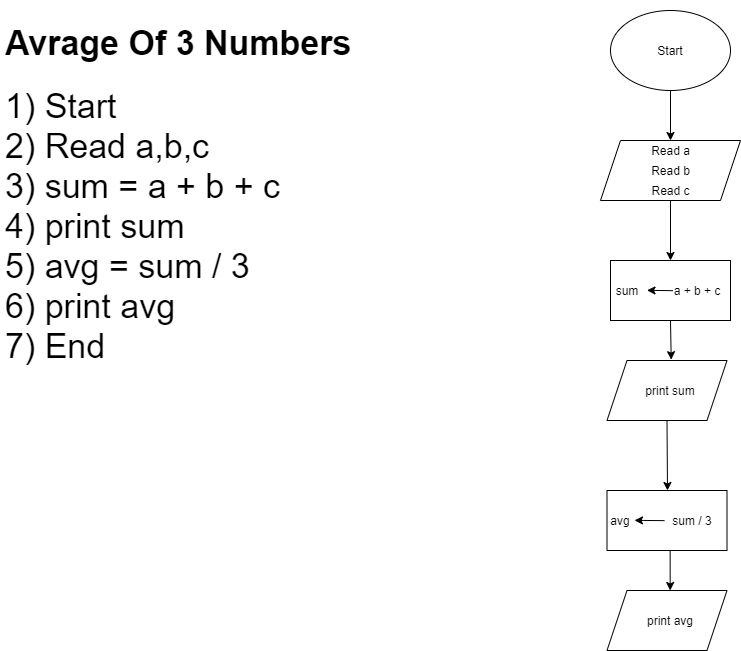
The draw.io diagram mesal 4/3 number avg.png in arshiya923/flocharts, before a commit. Source tidied: cells renumbered, new cells last; positions are measured from the earlier drawing's top-left corner, leaving out a move shared by most shapes.
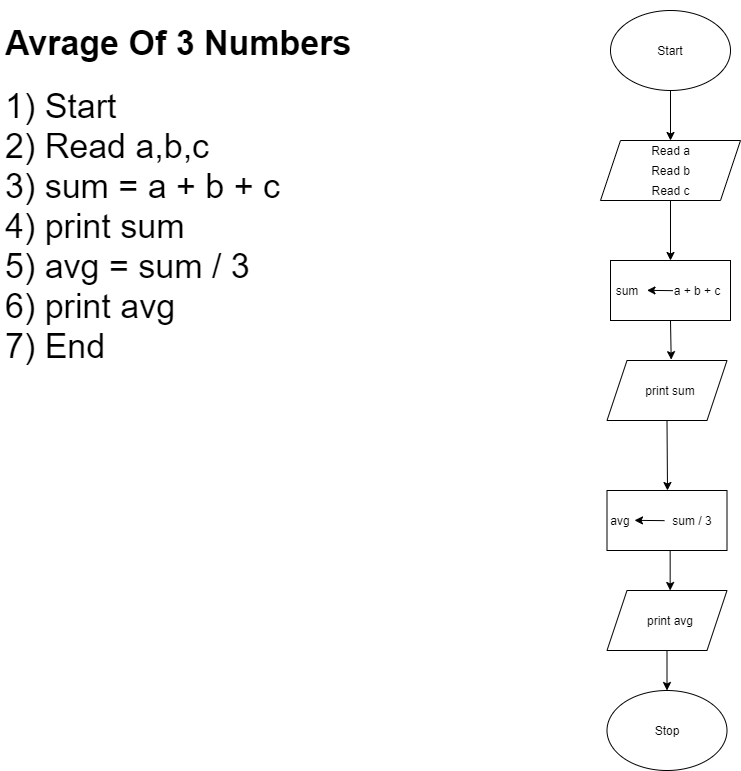
Above is the later version.

Diff of the diagram source:
```diff
@@ -89,5 +89,14 @@
     <mxCell id="25" value="&lt;h1 style=&quot;font-size: 34px&quot;&gt;&lt;font style=&quot;font-size: 34px&quot;&gt;Avrage Of 3 Numbers&lt;/font&gt;&lt;/h1&gt;&lt;div style=&quot;font-size: 34px&quot;&gt;&lt;font style=&quot;font-size: 34px&quot;&gt;1) Start&lt;/font&gt;&lt;/div&gt;&lt;div style=&quot;font-size: 34px&quot;&gt;&lt;font style=&quot;font-size: 34px&quot;&gt;2) Read a,b,c&lt;/font&gt;&lt;/div&gt;&lt;div style=&quot;font-size: 34px&quot;&gt;&lt;font style=&quot;font-size: 34px&quot;&gt;3) sum = a + b + c&lt;/font&gt;&lt;/div&gt;&lt;div style=&quot;font-size: 34px&quot;&gt;&lt;font style=&quot;font-size: 34px&quot;&gt;4) print sum&lt;/font&gt;&lt;/div&gt;&lt;div style=&quot;font-size: 34px&quot;&gt;&lt;font style=&quot;font-size: 34px&quot;&gt;5) avg = sum / 3&lt;/font&gt;&lt;/div&gt;&lt;div style=&quot;font-size: 34px&quot;&gt;&lt;font style=&quot;font-size: 34px&quot;&gt;6) print avg&lt;/font&gt;&lt;/div&gt;&lt;div style=&quot;font-size: 34px&quot;&gt;&lt;font style=&quot;font-size: 34px&quot;&gt;7) End&lt;/font&gt;&lt;/div&gt;" style="text;html=1;strokeColor=none;fillColor=none;spacing=5;spacingTop=-20;whiteSpace=wrap;overflow=hidden;rounded=0;" parent="1" vertex="1">
       <mxGeometry width="390" height="360" as="geometry" />
     </mxCell>
+    <mxCell id="26" style="ellipse;whiteSpace=wrap;html=1;" parent="1" vertex="1">
+      <mxGeometry x="606.5" y="680" width="120" height="80" as="geometry" />
+    </mxCell>
+    <mxCell id="27" style="endArrow=classic;html=1;exitX=0.5;exitY=1;exitDx=0;exitDy=0;entryX=0.5;entryY=0;entryDx=0;entryDy=0;" parent="1" edge="1" source="22" target="26">
+      <mxGeometry relative="1" as="geometry" />
+    </mxCell>
+    <mxCell id="28" value="Stop" style="text;html=1;strokeColor=none;fillColor=none;align=center;verticalAlign=middle;whiteSpace=wrap;rounded=0;" parent="1" vertex="1">
+      <mxGeometry x="647" y="710" width="40" height="20" as="geometry" />
+    </mxCell>
   </root>
 </mxGraphModel>
```
